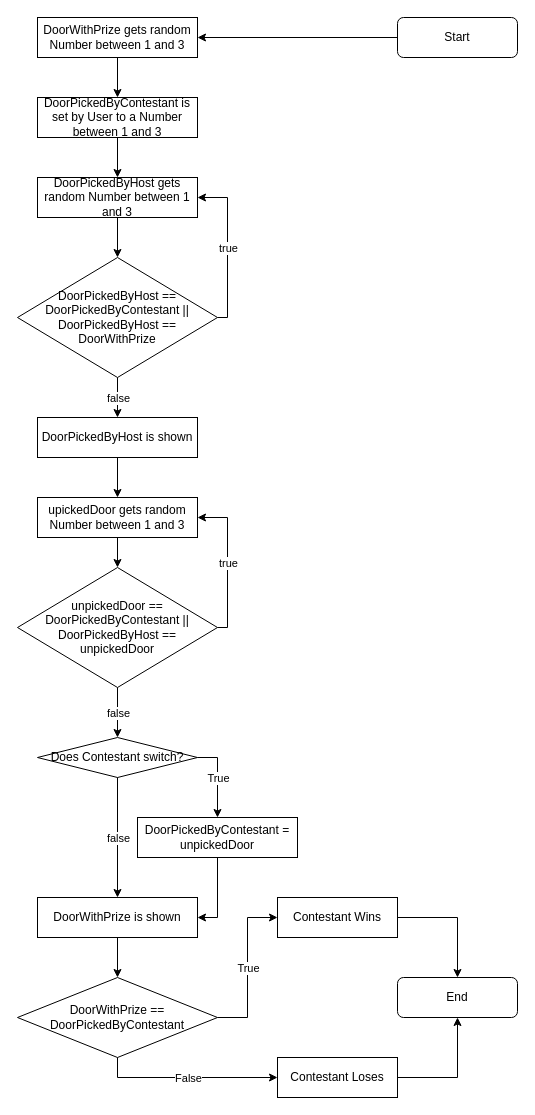
This is MontyHallProblemInC#/MontyHallAsCode.drawio from Samael-Henkel/Stuff, a draw.io file, before an edit. Source tidied: cells renumbered, new cells numbered last; positions are measured from the earlier drawing's top-left corner, leaving out a move shared by most shapes. Both pictures are drawn from the tidied source at 100%, with x=0, y=0 at pixel (17, 17).
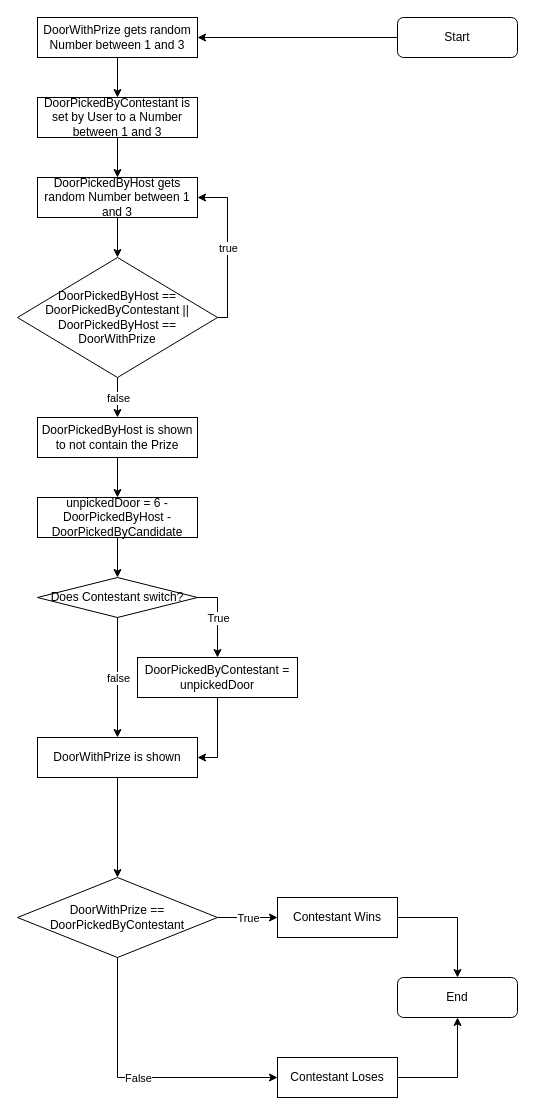
After the change.

Change to the diagram source:
```diff
@@
-    <mxCell id="11" value="DoorPickedByHost is shown" style="rounded=0;whiteSpace=wrap;html=1;" parent="1" vertex="1">
+    <mxCell id="11" value="DoorPickedByHost is shown to not contain the Prize" style="rounded=0;whiteSpace=wrap;html=1;" parent="1" vertex="1">
       <mxGeometry x="20" y="400" width="160" height="40" as="geometry" />
     </mxCell>
@@
-    <mxCell id="14" value="unpickedDoor == DoorPickedByContestant || DoorPickedByHost == &lt;br&gt;unpickedDoor" style="rhombus;whiteSpace=wrap;html=1;" parent="1" vertex="1">
-      <mxGeometry y="550" width="200" height="120" as="geometry" />
-    </mxCell>
-    <mxCell id="15" value="upickedDoor gets random Number between 1 and 3" style="rounded=0;whiteSpace=wrap;html=1;" parent="1" vertex="1">
+    <mxCell id="15" value="unpickedDoor = 6 -DoorPickedByHost - DoorPickedByCandidate" style="rounded=0;whiteSpace=wrap;html=1;" parent="1" vertex="1">
       <mxGeometry x="20" y="480" width="160" height="40" as="geometry" />
     </mxCell>
-    <mxCell id="16" style="endArrow=classic;html=1;rounded=0;exitX=0.5;exitY=1;exitDx=0;exitDy=0;" parent="1" edge="1" source="15" target="14">
+    <mxCell id="16" style="endArrow=classic;html=1;rounded=0;exitX=0.5;exitY=1;exitDx=0;exitDy=0;entryX=0.5;entryY=0;entryDx=0;entryDy=0;" parent="1" edge="1" source="15" target="22">
       <mxGeometry relative="1" as="geometry" />
     </mxCell>
-    <mxCell id="17" style="endArrow=classic;html=1;rounded=0;exitX=1;exitY=0.5;exitDx=0;exitDy=0;entryX=1;entryY=0.5;entryDx=0;entryDy=0;edgeStyle=orthogonalEdgeStyle;" parent="1" edge="1" source="14" target="15">
-      <mxGeometry relative="1" as="geometry" />
-    </mxCell>
-    <mxCell id="18" value="true" style="edgeLabel;html=1;align=center;verticalAlign=middle;" parent="17" vertex="1">
-      <mxGeometry relative="1" as="geometry" />
-    </mxCell>
@@
-    <mxCell id="20" style="endArrow=classic;html=1;rounded=0;exitX=0.5;exitY=1;exitDx=0;exitDy=0;entryX=0.5;entryY=0;entryDx=0;entryDy=0;" parent="1" edge="1" source="14" target="22">
-      <mxGeometry relative="1" as="geometry" />
-    </mxCell>
-    <mxCell id="21" value="false" style="edgeLabel;html=1;align=center;verticalAlign=middle;" parent="20" vertex="1">
-      <mxGeometry relative="1" as="geometry" />
-    </mxCell>
     <mxCell id="22" value="Does Contestant switch?" style="rhombus;whiteSpace=wrap;html=1;" parent="1" vertex="1">
-      <mxGeometry x="20" y="720" width="160" height="40" as="geometry" />
+      <mxGeometry x="20" y="560" width="160" height="40" as="geometry" />
     </mxCell>
     <mxCell id="23" value="DoorWithPrize is shown" style="rounded=0;whiteSpace=wrap;html=1;" parent="1" vertex="1">
-      <mxGeometry x="20" y="880" width="160" height="40" as="geometry" />
+      <mxGeometry x="20" y="720" width="160" height="40" as="geometry" />
     </mxCell>
     <mxCell id="24" value="DoorPickedByContestant = unpickedDoor" style="rounded=0;whiteSpace=wrap;html=1;" parent="1" vertex="1">
-      <mxGeometry x="120" y="800" width="160" height="40" as="geometry" />
+      <mxGeometry x="120" y="640" width="160" height="40" as="geometry" />
     </mxCell>
@@
     <mxCell id="30" value="DoorWithPrize == DoorPickedByContestant" style="rhombus;whiteSpace=wrap;html=1;" parent="1" vertex="1">
-      <mxGeometry y="960" width="200" height="80" as="geometry" />
+      <mxGeometry y="860" width="200" height="80" as="geometry" />
     </mxCell>
```
